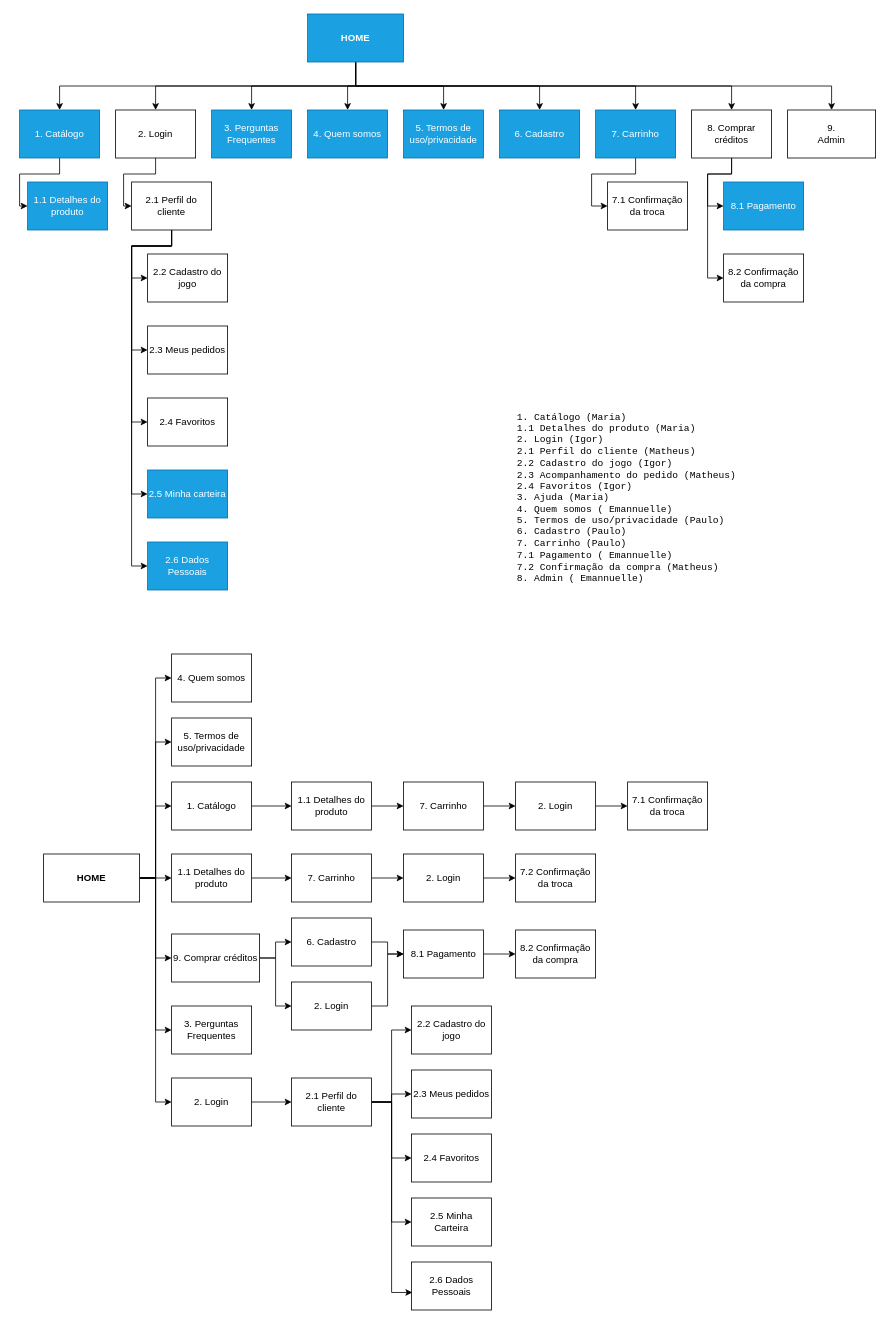
Above: page "Site map" (1 of 21) of wireframe.drawio in pdaambrosio/dh_group_5 (draw.io), before the change. Source tidied: cells renumbered, new cells numbered last; positions are measured from the earlier drawing's top-left corner, leaving out a move shared by most shapes. Both pictures are drawn from the tidied source at 80%, with x=0, y=0 at pixel (19, 14).
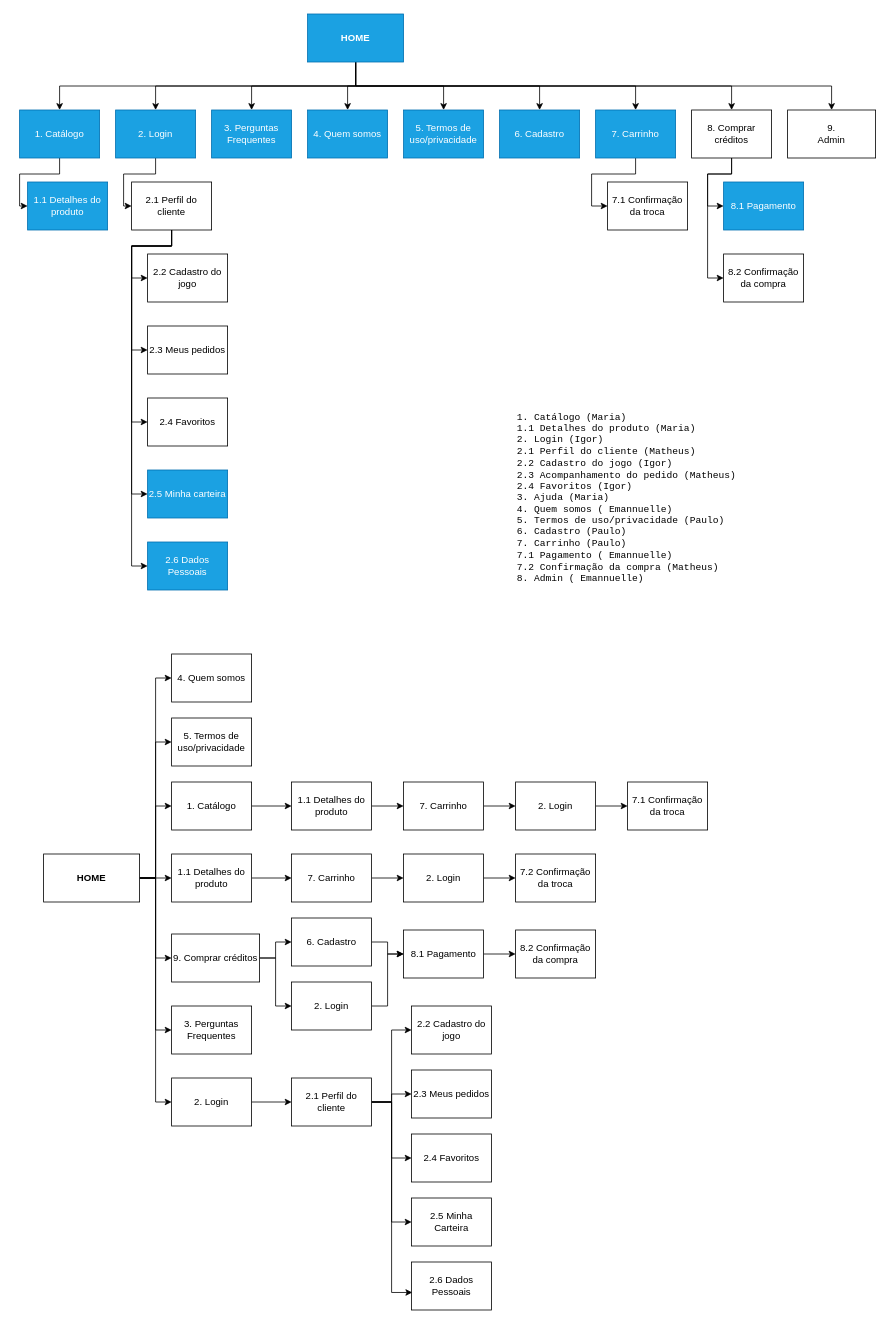
The same page after the edit.

What changed in the source:
```diff
@@
-    <mxCell id="15" value="2. Login" style="rounded=0;whiteSpace=wrap;html=1;" parent="1" vertex="1">
+    <mxCell id="15" value="2. Login" style="rounded=0;whiteSpace=wrap;html=1;fillColor=#1ba1e2;strokeColor=#006EAF;fontColor=#ffffff;" parent="1" vertex="1">
       <mxGeometry x="120" y="120" width="100" height="60" as="geometry" />
     </mxCell>
```
